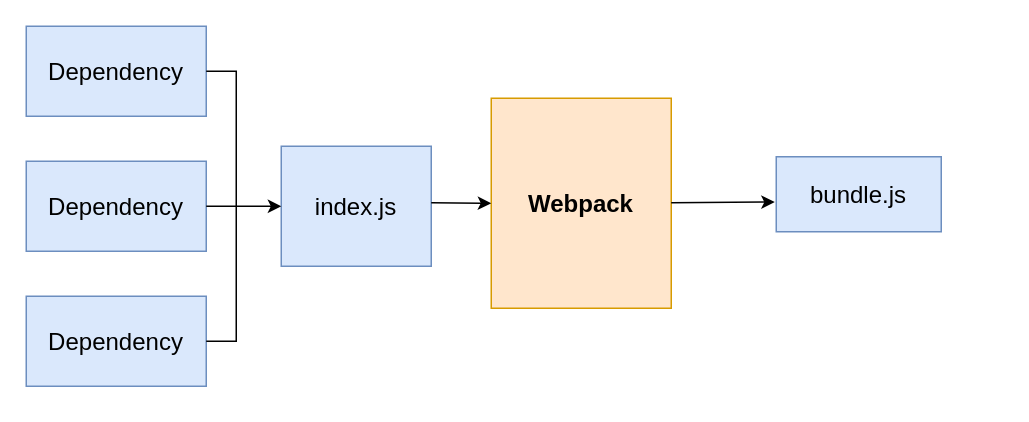
This is page "Server-Arch" (1 of 2) of Frontend-Integration.drawio from afflato/system, a draw.io file, before an edit. Source tidied: cells renumbered, new cells numbered last; positions are measured from the earlier drawing's top-left corner, leaving out a move shared by most shapes. Both pictures are drawn from the tidied source at 150%, with x=0, y=0 at pixel (26, 26).
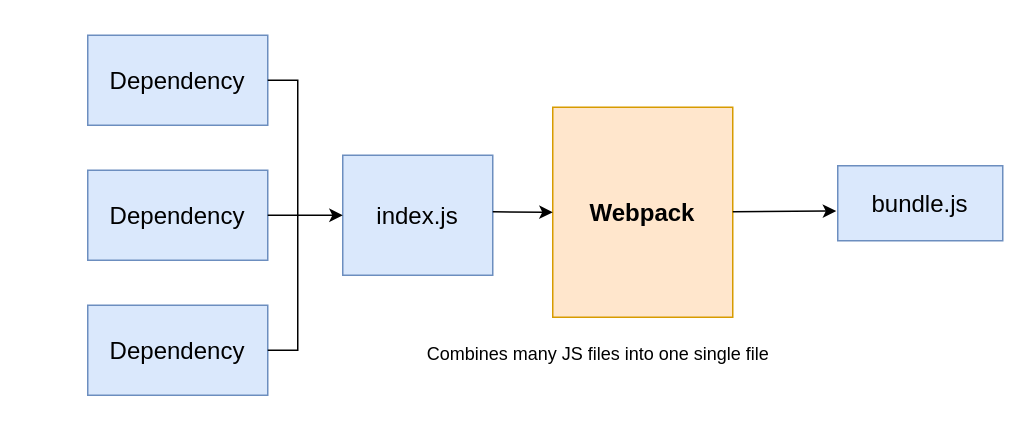
After the change.

Change to the diagram source:
```diff
@@
 <mxGraphModel>
   <root>
     <mxCell id="0" />
     <mxCell id="1" parent="0" />
+    <mxCell id="12" style="group;" parent="1" vertex="1">
+      <mxGeometry x="41" y="6" width="610" height="240" as="geometry" />
+    </mxCell>
-    <mxCell id="2" value="&lt;font style=&quot;font-size: 16px;&quot;&gt;Dependency&lt;/font&gt;" style="rounded=0;whiteSpace=wrap;html=1;fillColor=#dae8fc;strokeColor=#6c8ebf;" parent="1" vertex="1">
+    <mxCell id="2" value="&lt;font style=&quot;font-size: 16px;&quot;&gt;Dependency&lt;/font&gt;" style="rounded=0;whiteSpace=wrap;html=1;fillColor=#dae8fc;strokeColor=#6c8ebf;" parent="12" vertex="1">
       <mxGeometry width="120" height="60" as="geometry" />
     </mxCell>
-    <mxCell id="3" value="&lt;font style=&quot;font-size: 16px;&quot;&gt;Dependency&lt;/font&gt;" style="rounded=0;whiteSpace=wrap;html=1;fillColor=#dae8fc;strokeColor=#6c8ebf;" parent="1" vertex="1">
+    <mxCell id="3" value="&lt;font style=&quot;font-size: 16px;&quot;&gt;Dependency&lt;/font&gt;" style="rounded=0;whiteSpace=wrap;html=1;fillColor=#dae8fc;strokeColor=#6c8ebf;" parent="12" vertex="1">
       <mxGeometry y="90" width="120" height="60" as="geometry" />
     </mxCell>
-    <mxCell id="4" value="&lt;font style=&quot;font-size: 16px;&quot;&gt;Dependency&lt;/font&gt;" style="rounded=0;whiteSpace=wrap;html=1;fillColor=#dae8fc;strokeColor=#6c8ebf;" parent="1" vertex="1">
+    <mxCell id="4" value="&lt;font style=&quot;font-size: 16px;&quot;&gt;Dependency&lt;/font&gt;" style="rounded=0;whiteSpace=wrap;html=1;fillColor=#dae8fc;strokeColor=#6c8ebf;" parent="12" vertex="1">
       <mxGeometry y="180" width="120" height="60" as="geometry" />
     </mxCell>
-    <mxCell id="5" value="&lt;font style=&quot;font-size: 16px;&quot;&gt;index.js&lt;/font&gt;" style="rounded=0;whiteSpace=wrap;html=1;fillColor=#dae8fc;strokeColor=#6c8ebf;" parent="1" vertex="1">
+    <mxCell id="5" value="&lt;font style=&quot;font-size: 16px;&quot;&gt;index.js&lt;/font&gt;" style="rounded=0;whiteSpace=wrap;html=1;fillColor=#dae8fc;strokeColor=#6c8ebf;" parent="12" vertex="1">
       <mxGeometry x="170" y="80" width="100" height="80" as="geometry" />
     </mxCell>
-    <mxCell id="6" value="&lt;b&gt;&lt;font style=&quot;font-size: 16px;&quot;&gt;Webpack&lt;/font&gt;&lt;/b&gt;" style="rounded=0;whiteSpace=wrap;html=1;fillColor=#ffe6cc;strokeColor=#d79b00;" parent="1" vertex="1">
+    <mxCell id="6" value="&lt;b&gt;&lt;font style=&quot;font-size: 16px;&quot;&gt;Webpack&lt;/font&gt;&lt;/b&gt;" style="rounded=0;whiteSpace=wrap;html=1;fillColor=#ffe6cc;strokeColor=#d79b00;" parent="12" vertex="1">
       <mxGeometry x="310" y="48" width="120" height="140" as="geometry" />
     </mxCell>
-    <mxCell id="7" value="&lt;font style=&quot;font-size: 16px;&quot;&gt;bundle.js&lt;/font&gt;" style="rounded=0;whiteSpace=wrap;html=1;fillColor=#dae8fc;strokeColor=#6c8ebf;" parent="1" vertex="1">
+    <mxCell id="7" value="&lt;font style=&quot;font-size: 16px;&quot;&gt;bundle.js&lt;/font&gt;" style="rounded=0;whiteSpace=wrap;html=1;fillColor=#dae8fc;strokeColor=#6c8ebf;" parent="12" vertex="1">
       <mxGeometry x="500" y="87" width="110" height="50" as="geometry" />
     </mxCell>
-    <mxCell id="8" style="endArrow=classic;html=1;rounded=0;exitX=1;exitY=0.5;exitDx=0;exitDy=0;entryX=0;entryY=0.5;entryDx=0;entryDy=0;" parent="1" edge="1" source="3" target="5">
+    <mxCell id="8" style="endArrow=classic;html=1;rounded=0;exitX=1;exitY=0.5;exitDx=0;exitDy=0;entryX=0;entryY=0.5;entryDx=0;entryDy=0;" parent="12" edge="1" source="3" target="5">
       <mxGeometry relative="1" as="geometry" />
     </mxCell>
-    <mxCell id="9" style="endArrow=none;html=1;rounded=0;exitX=1;exitY=0.5;exitDx=0;exitDy=0;" parent="1" edge="1" source="2" target="4">
+    <mxCell id="9" style="endArrow=none;html=1;rounded=0;exitX=1;exitY=0.5;exitDx=0;exitDy=0;" parent="12" edge="1" source="2" target="4">
       <mxGeometry relative="1" as="geometry">
         <Array as="points">
           <mxPoint x="140" y="30" />
           <mxPoint x="140" y="60" />
           <mxPoint x="140" y="210" />
         </Array>
       </mxGeometry>
     </mxCell>
-    <mxCell id="10" style="endArrow=classic;html=1;rounded=0;exitX=1;exitY=0.5;exitDx=0;exitDy=0;entryX=0;entryY=0.5;entryDx=0;entryDy=0;" parent="1" edge="1" target="6">
+    <mxCell id="10" style="endArrow=classic;html=1;rounded=0;exitX=1;exitY=0.5;exitDx=0;exitDy=0;entryX=0;entryY=0.5;entryDx=0;entryDy=0;" parent="12" edge="1" target="6">
       <mxGeometry relative="1" as="geometry">
         <mxPoint x="270" y="117.7" as="sourcePoint" />
       </mxGeometry>
     </mxCell>
-    <mxCell id="11" style="endArrow=classic;html=1;rounded=0;exitX=1;exitY=0.5;exitDx=0;exitDy=0;entryX=-0.009;entryY=0.603;entryDx=0;entryDy=0;entryPerimeter=0;" parent="1" edge="1" target="7">
+    <mxCell id="11" style="endArrow=classic;html=1;rounded=0;exitX=1;exitY=0.5;exitDx=0;exitDy=0;entryX=-0.009;entryY=0.603;entryDx=0;entryDy=0;entryPerimeter=0;" parent="12" edge="1" target="7">
       <mxGeometry relative="1" as="geometry">
         <mxPoint x="430" y="117.7" as="sourcePoint" />
       </mxGeometry>
     </mxCell>
+    <mxCell id="13" value="Combines many JS files into one single file" style="text;html=1;align=center;verticalAlign=middle;strokeColor=none;fillColor=none;" parent="12" vertex="1">
+      <mxGeometry x="215" y="198" width="250" height="30" as="geometry" />
+    </mxCell>
   </root>
 </mxGraphModel>
```
